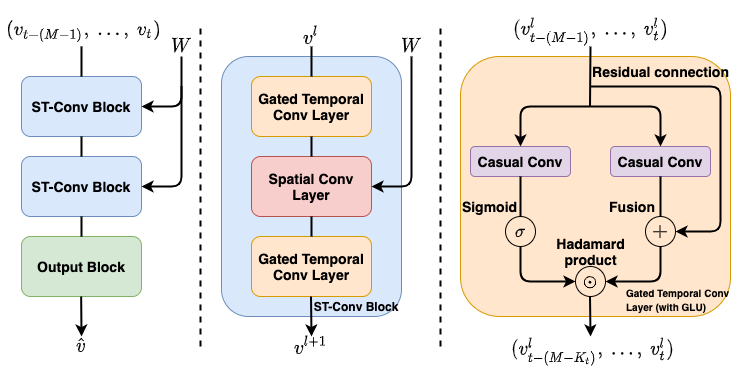
Before: figure/stgcn_model_structure.png, a diagram exported from draw.io (hazdzz/STGCN). Source tidied: cells renumbered, new cells last; positions are measured from the earlier drawing's top-left corner, leaving out a move shared by most shapes.
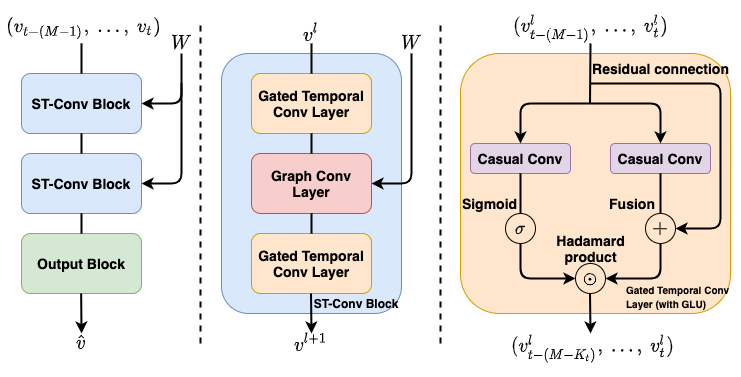
Above is the later version.

Commit message:
improve the figure

Change to the diagram source:
```diff
@@ -71,7 +71,7 @@
     <mxCell id="18" value="&lt;span style=&quot;font-size: 14px&quot;&gt;&lt;b&gt;Gated Temporal Conv Layer&lt;br&gt;&lt;/b&gt;&lt;/span&gt;" style="rounded=1;whiteSpace=wrap;html=1;fillColor=#ffe6cc;strokeColor=#d79b00;" parent="2" vertex="1">
       <mxGeometry x="251" y="60" width="120" height="60" as="geometry" />
     </mxCell>
-    <mxCell id="19" value="&lt;span style=&quot;font-size: 14px&quot;&gt;&lt;b&gt;Spatial Conv Layer&lt;/b&gt;&lt;/span&gt;" style="rounded=1;whiteSpace=wrap;html=1;fillColor=#f8cecc;strokeColor=#b85450;" parent="2" vertex="1">
+    <mxCell id="19" value="&lt;span style=&quot;font-size: 14px&quot;&gt;&lt;b&gt;Graph Conv Layer&lt;/b&gt;&lt;/span&gt;" style="rounded=1;whiteSpace=wrap;html=1;fillColor=#f8cecc;strokeColor=#b85450;" parent="2" vertex="1">
       <mxGeometry x="251" y="140" width="120" height="60" as="geometry" />
     </mxCell>
     <mxCell id="20" value="&lt;span style=&quot;font-size: 14px&quot;&gt;&lt;b&gt;Gated Temporal Conv Layer&lt;/b&gt;&lt;/span&gt;" style="rounded=1;whiteSpace=wrap;html=1;fillColor=#ffe6cc;strokeColor=#d79b00;" parent="2" vertex="1">
```
